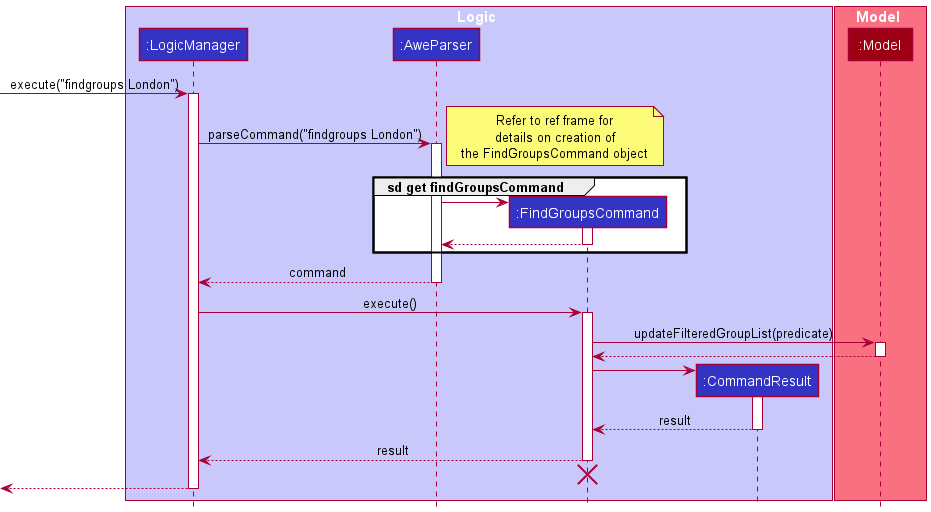
Above: docs/images/FindGroupsSequenceDiagram.png in ramapriyan912001/tp (PlantUML), before the change.
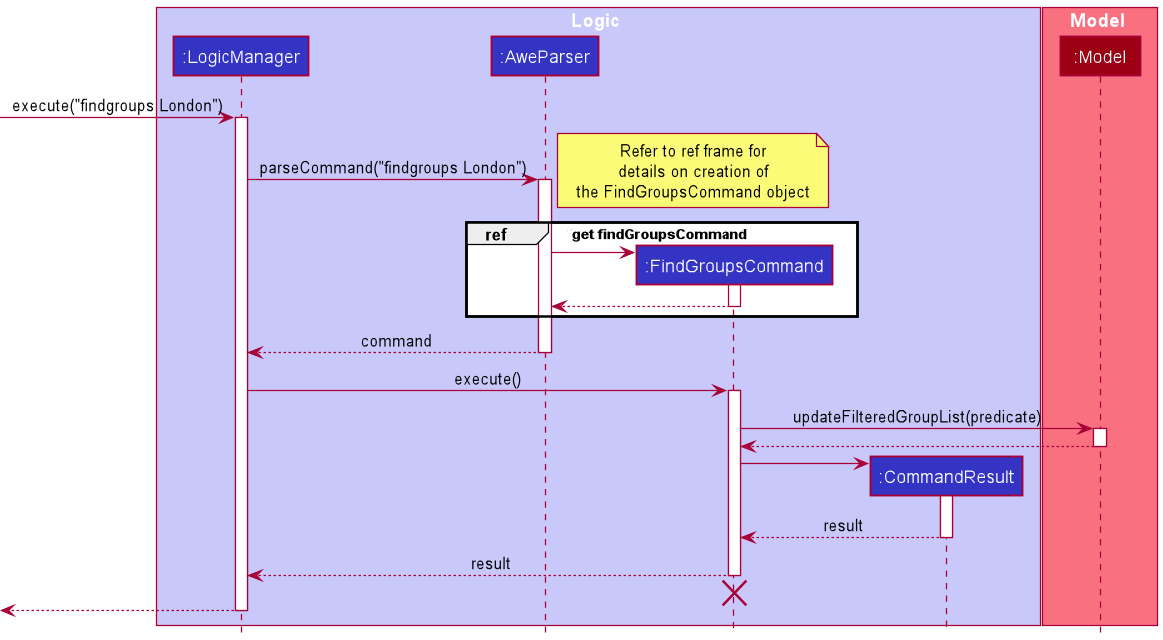
Later version of the same file.

Diff of the diagram source:
```diff
@@ -24,7 +24,7 @@
 details on creation of
 the FindGroupsCommand object
 end note
-group sd get findGroupsCommand
+group ref [get findGroupsCommand]
 create FindGroupsCommand
 AweParser -> FindGroupsCommand
 activate FindGroupsCommand
```
